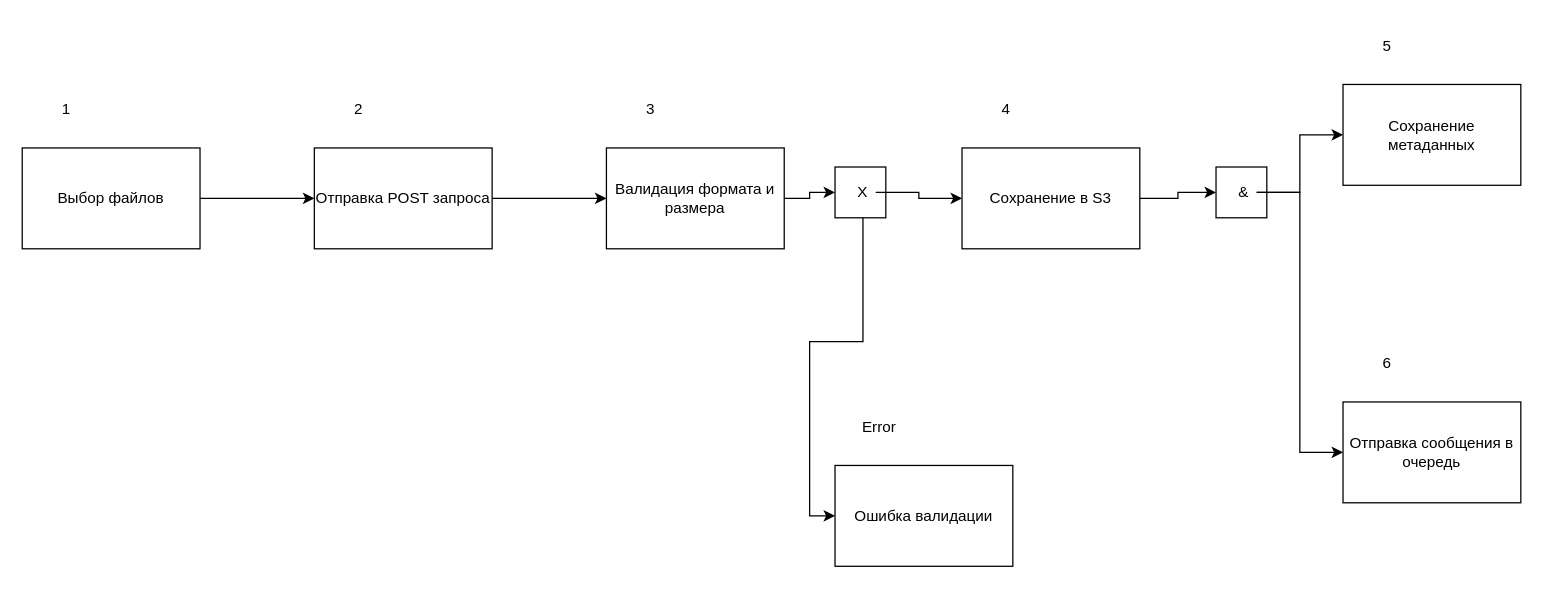
Edisheri/system-engineering-playbook keeps this draw.io diagram as diagrams-codes/IDEF3_P2.drawio. Above is the earlier version. Source tidied: cells renumbered, new cells numbered last; positions are measured from the earlier drawing's top-left corner, leaving out a move shared by most shapes. Both pictures are drawn from the tidied source at 127%, with x=0, y=0 at pixel (22, 20).
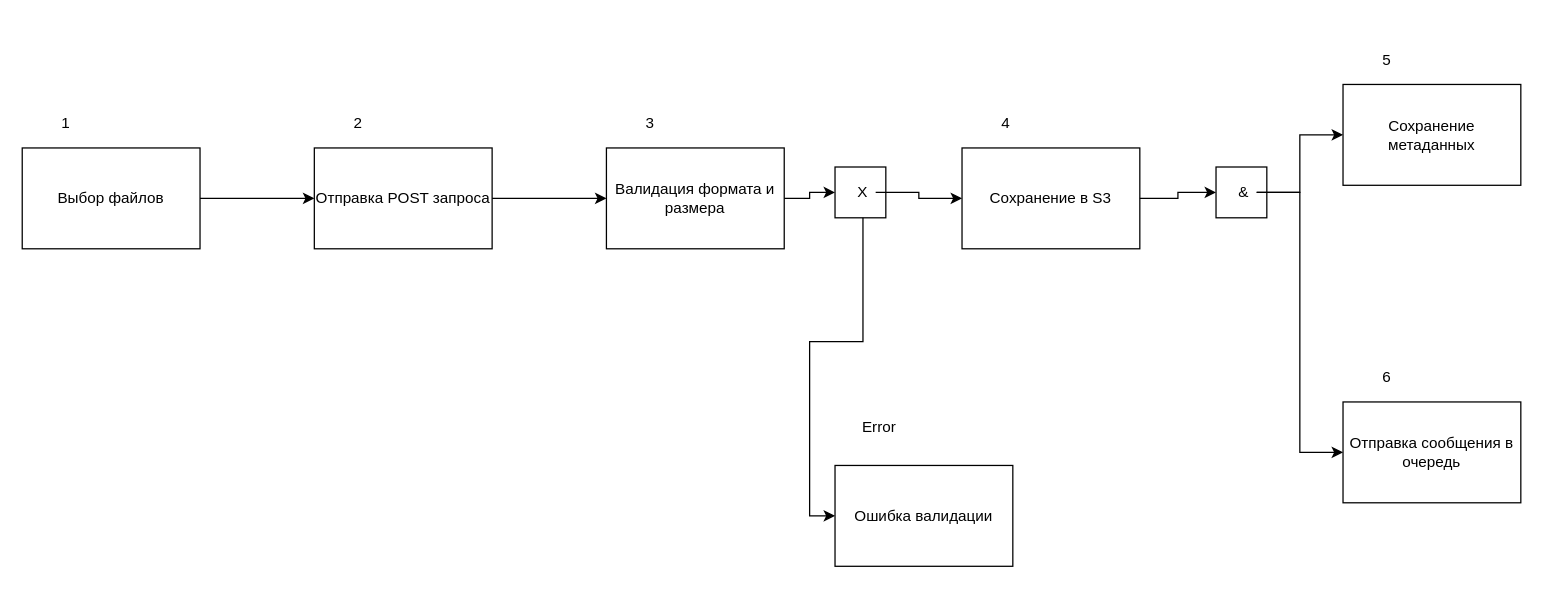
The same diagram, later.

The change refers to these unchanged cells:
```xml
<mxCell id="2" style="group;" parent="1" vertex="1">
  <mxGeometry y="100" width="140" height="100" as="geometry" />
</mxCell>
<mxCell id="5" style="group;" parent="1" vertex="1">
  <mxGeometry x="230" y="100" width="140" height="100" as="geometry" />
</mxCell>
<mxCell id="8" style="group;" parent="1" vertex="1">
  <mxGeometry x="460" y="100" width="140" height="100" as="geometry" />
</mxCell>
<mxCell id="14" style="group;" parent="1" vertex="1">
  <mxGeometry x="740" y="100" width="140" height="100" as="geometry" />
</mxCell>
<mxCell id="23" style="group;" parent="1" vertex="1">
  <mxGeometry x="1040" y="50" width="140" height="100" as="geometry" />
</mxCell>
<mxCell id="26" style="group;" parent="1" vertex="1">
  <mxGeometry x="1040" y="300" width="140" height="90" as="geometry" />
</mxCell>
```

What changed in the source:
```diff
@@
-    <mxCell id="4" value="1" style="text;html=1;align=center;verticalAlign=middle;whiteSpace=wrap;rounded=0;" parent="2" vertex="1">
-      <mxGeometry y="-49.7" width="70" height="39.7" as="geometry" />
+    <mxCell id="4" value="1" style="text;html=1;align=right;verticalAlign=bottom;whiteSpace=wrap;rounded=0;" parent="2" vertex="1">
+      <mxGeometry y="-49.7" width="40" height="39.7" as="geometry" />
     </mxCell>
@@
-    <mxCell id="7" value="2" style="text;html=1;align=center;verticalAlign=middle;whiteSpace=wrap;rounded=0;" parent="5" vertex="1">
-      <mxGeometry y="-49.7" width="70" height="39.7" as="geometry" />
+    <mxCell id="7" value="2" style="text;html=1;align=right;verticalAlign=bottom;whiteSpace=wrap;rounded=0;" parent="5" vertex="1">
+      <mxGeometry y="-49.7" width="40" height="39.7" as="geometry" />
     </mxCell>
@@
-    <mxCell id="10" value="3" style="text;html=1;align=center;verticalAlign=middle;whiteSpace=wrap;rounded=0;" parent="8" vertex="1">
-      <mxGeometry y="-49.7" width="70" height="39.7" as="geometry" />
+    <mxCell id="10" value="3" style="text;html=1;align=right;verticalAlign=bottom;whiteSpace=wrap;rounded=0;" parent="8" vertex="1">
+      <mxGeometry y="-49.7" width="40" height="39.7" as="geometry" />
     </mxCell>
@@
-    <mxCell id="16" value="4" style="text;html=1;align=center;verticalAlign=middle;whiteSpace=wrap;rounded=0;" parent="14" vertex="1">
-      <mxGeometry y="-49.7" width="70" height="39.7" as="geometry" />
+    <mxCell id="16" value="4" style="text;html=1;align=right;verticalAlign=bottom;whiteSpace=wrap;rounded=0;" parent="14" vertex="1">
+      <mxGeometry y="-49.7" width="40" height="39.7" as="geometry" />
     </mxCell>
@@
-    <mxCell id="25" value="5" style="text;html=1;align=center;verticalAlign=middle;whiteSpace=wrap;rounded=0;" parent="23" vertex="1">
-      <mxGeometry y="-49.7" width="70" height="39.7" as="geometry" />
+    <mxCell id="25" value="5" style="text;html=1;align=right;verticalAlign=bottom;whiteSpace=wrap;rounded=0;" parent="23" vertex="1">
+      <mxGeometry y="-49.7" width="40" height="39.7" as="geometry" />
     </mxCell>
@@
-    <mxCell id="28" value="6" style="text;html=1;align=center;verticalAlign=middle;whiteSpace=wrap;rounded=0;" parent="26" vertex="1">
-      <mxGeometry y="-49.7" width="70" height="39.7" as="geometry" />
+    <mxCell id="28" value="6" style="text;html=1;align=right;verticalAlign=bottom;whiteSpace=wrap;rounded=0;" parent="26" vertex="1">
+      <mxGeometry y="-49.7" width="40" height="39.7" as="geometry" />
     </mxCell>
```
